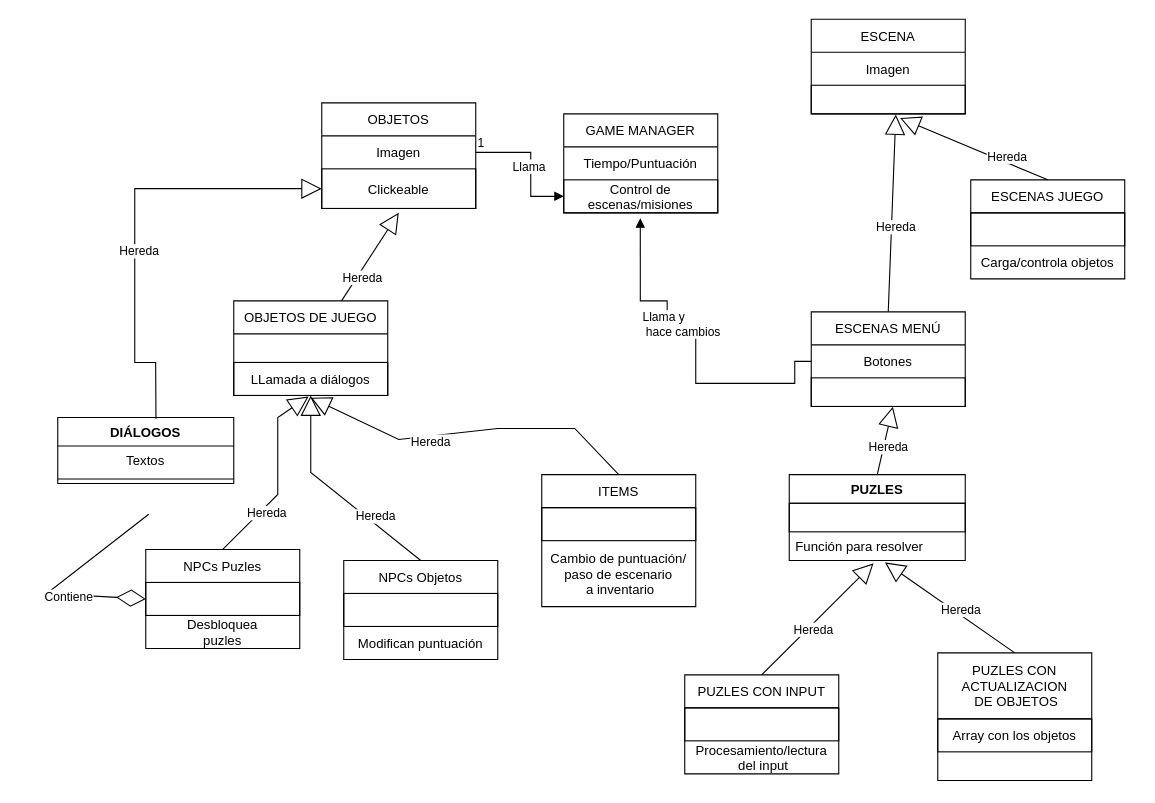
Before: arte/The right man diagrama.drawio in elisatodd/Grupo-3-PVLI-2021-22, a draw.io diagram. Source tidied: cells renumbered, new cells numbered last; positions are measured from the earlier drawing's top-left corner, leaving out a move shared by most shapes. Both pictures are drawn from the tidied source at 110%, with x=0, y=0 at pixel (46, 19).
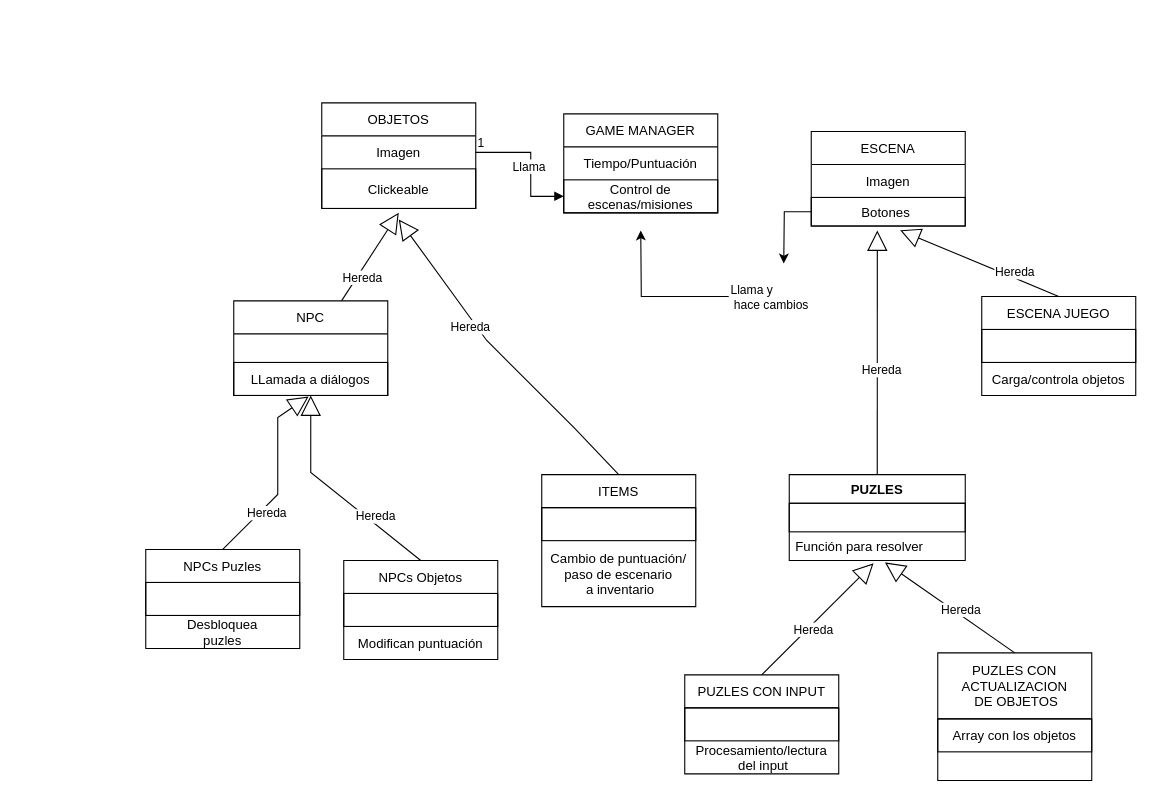
Above is the later version.

The change refers to these unchanged cells:
```xml
<mxCell id="4" value="Clickeable" style="text;strokeColor=default;fillColor=none;align=center;verticalAlign=middle;spacingLeft=4;spacingRight=4;overflow=hidden;points=[[0,0.5],[1,0.5]];portConstraint=eastwest;" parent="2" vertex="1">
  <mxGeometry y="60" width="140" height="36" as="geometry" />
</mxCell>
<mxCell id="6" value="  " style="text;strokeColor=default;fillColor=none;align=center;verticalAlign=middle;spacingLeft=4;spacingRight=4;overflow=hidden;points=[[0,0.5],[1,0.5]];portConstraint=eastwest;" parent="5" vertex="1">
  <mxGeometry y="30" width="140" height="30" as="geometry" />
</mxCell>
<mxCell id="8" value="ITEMS" style="swimlane;fontStyle=0;horizontal=1;startSize=30;" parent="1" vertex="1">
  <mxGeometry x="450" y="414" width="140" height="120" as="geometry" />
</mxCell>
<mxCell id="13" value="Control de&#10;escenas/misiones" style="text;strokeColor=default;fillColor=none;align=center;verticalAlign=middle;spacingLeft=4;spacingRight=4;overflow=hidden;points=[[0,0.5],[1,0.5]];portConstraint=eastwest;" parent="11" vertex="1">
  <mxGeometry y="60" width="140" height="30" as="geometry" />
</mxCell>
<mxCell id="31" value="LLamada a diálogos" style="text;strokeColor=default;fillColor=none;align=center;verticalAlign=middle;spacingLeft=4;spacingRight=4;overflow=hidden;points=[[0,0.5],[1,0.5]];portConstraint=eastwest;" parent="29" vertex="1">
  <mxGeometry y="56" width="140" height="30" as="geometry" />
</mxCell>
<mxCell id="42" value="PUZLES" style="swimlane;fontStyle=1;align=center;verticalAlign=top;horizontal=1;startSize=26;strokeColor=default;fillColor=none;" parent="1" vertex="1">
  <mxGeometry x="675" y="414" width="160" height="78" as="geometry" />
</mxCell>
```

The edit, as a diff of the source:
```diff
@@
     <mxCell id="14" value="ESCENA" style="swimlane;fontStyle=0;horizontal=1;startSize=30;" parent="1" vertex="1">
-      <mxGeometry x="695" width="140" height="86" as="geometry" />
+      <mxGeometry x="695" y="102" width="140" height="86" as="geometry" />
     </mxCell>
@@
-    <mxCell id="16" value="  " style="text;strokeColor=default;fillColor=none;align=left;verticalAlign=top;spacingLeft=4;spacingRight=4;overflow=hidden;points=[[0,0.5],[1,0.5]];portConstraint=eastwest;" parent="14" vertex="1">
+    <mxCell id="16" value="            Botones" style="text;strokeColor=default;fillColor=none;align=left;verticalAlign=top;spacingLeft=4;spacingRight=4;overflow=hidden;points=[[0,0.5],[1,0.5]];portConstraint=eastwest;" parent="14" vertex="1">
       <mxGeometry y="60" width="140" height="26" as="geometry" />
     </mxCell>
-    <mxCell id="17" value="ESCENAS MENÚ" style="swimlane;fontStyle=0;horizontal=1;startSize=30;" parent="1" vertex="1">
-      <mxGeometry x="695" y="266" width="140" height="86" as="geometry" />
-    </mxCell>
-    <mxCell id="18" value="Botones" style="text;strokeColor=none;fillColor=none;align=center;verticalAlign=middle;spacingLeft=4;spacingRight=4;overflow=hidden;points=[[0,0.5],[1,0.5]];portConstraint=eastwest;" parent="17" vertex="1">
-      <mxGeometry y="30" width="140" height="30" as="geometry" />
-    </mxCell>
-    <mxCell id="19" value="  " style="text;strokeColor=default;fillColor=none;align=left;verticalAlign=top;spacingLeft=4;spacingRight=4;overflow=hidden;points=[[0,0.5],[1,0.5]];portConstraint=eastwest;" parent="17" vertex="1">
-      <mxGeometry y="60" width="140" height="26" as="geometry" />
-    </mxCell>
-    <mxCell id="20" value="ESCENAS JUEGO" style="swimlane;fontStyle=0;horizontal=1;startSize=30;" parent="1" vertex="1">
-      <mxGeometry x="840" y="146" width="140" height="90" as="geometry" />
+    <mxCell id="20" value="ESCENA JUEGO" style="swimlane;fontStyle=0;horizontal=1;startSize=30;" parent="1" vertex="1">
+      <mxGeometry x="850" y="252" width="140" height="90" as="geometry" />
     </mxCell>
@@
-    <mxCell id="29" value="OBJETOS DE JUEGO" style="swimlane;fontStyle=0;horizontal=1;startSize=30;" parent="1" vertex="1">
+    <mxCell id="29" value="NPC" style="swimlane;fontStyle=0;horizontal=1;startSize=30;" parent="1" vertex="1">
       <mxGeometry x="170" y="256" width="140" height="86" as="geometry" />
     </mxCell>
@@
-    <mxCell id="35" value="Hereda" style="endArrow=block;endSize=16;endFill=0;html=1;rounded=0;exitX=0.5;exitY=0;exitDx=0;exitDy=0;entryX=0.5;entryY=1.067;entryDx=0;entryDy=0;entryPerimeter=0;" parent="1" edge="1" source="8" target="31">
+    <mxCell id="35" value="Hereda" style="endArrow=block;endSize=16;endFill=0;html=1;rounded=0;exitX=0.5;exitY=0;exitDx=0;exitDy=0;" parent="1" edge="1" source="8">
       <mxGeometry x="0.24" y="5" relative="1" as="geometry">
+        <mxPoint x="320" y="182" as="targetPoint" />
         <Array as="points">
           <mxPoint x="480" y="372" />
-          <mxPoint x="410" y="372" />
-          <mxPoint x="320" y="382" />
+          <mxPoint x="400" y="292" />
         </Array>
       </mxGeometry>
     </mxCell>
-    <mxCell id="36" value="DIÁLOGOS" style="swimlane;fontStyle=1;align=center;verticalAlign=top;horizontal=1;startSize=26;strokeColor=default;fillColor=none;" parent="1" vertex="1">
-      <mxGeometry x="10" y="362" width="160" height="60" as="geometry" />
-    </mxCell>
-    <mxCell id="37" value="Textos" style="text;strokeColor=none;fillColor=none;align=center;verticalAlign=middle;spacingLeft=4;spacingRight=4;overflow=hidden;" parent="36" vertex="1">
-      <mxGeometry y="26" width="160" height="26" as="geometry" />
-    </mxCell>
-    <mxCell id="38" style="line;strokeWidth=1;fillColor=none;align=left;verticalAlign=middle;spacingTop=-1;spacingLeft=3;spacingRight=3;labelPosition=right;" parent="36" vertex="1">
-      <mxGeometry y="52" width="160" height="8" as="geometry" />
-    </mxCell>
-    <mxCell id="39" value="Hereda" style="endArrow=block;endSize=16;endFill=0;html=1;rounded=0;exitX=0.5;exitY=0;exitDx=0;exitDy=0;entryX=0.549;entryY=1.023;entryDx=0;entryDy=0;entryPerimeter=0;" parent="1" edge="1" source="17" target="16">
-      <mxGeometry x="-0.14" y="-4" relative="1" as="geometry" />
-    </mxCell>
@@
-    <mxCell id="41" value="Llama y&lt;br&gt;&amp;nbsp;hace cambios" style="endArrow=block;endFill=1;html=1;edgeStyle=orthogonalEdgeStyle;align=left;verticalAlign=top;rounded=0;exitX=0;exitY=0.5;exitDx=0;exitDy=0;entryX=0.497;entryY=1.167;entryDx=0;entryDy=0;entryPerimeter=0;" parent="1" edge="1" source="18" target="13">
-      <mxGeometry x="0.65" y="-20" relative="1" as="geometry">
-        <Array as="points">
-          <mxPoint x="680" y="311" />
-          <mxPoint x="680" y="331" />
-          <mxPoint x="590" y="331" />
-          <mxPoint x="590" y="276" />
-          <mxPoint x="564" y="276" />
-          <mxPoint x="564" y="256" />
-          <mxPoint x="540" y="256" />
-        </Array>
-        <mxPoint x="-20" y="20" as="offset" />
-      </mxGeometry>
-    </mxCell>
@@
-    <mxCell id="45" value="Hereda" style="endArrow=block;endSize=16;endFill=0;html=1;rounded=0;exitX=0.5;exitY=0;exitDx=0;exitDy=0;entryX=0.53;entryY=1.008;entryDx=0;entryDy=0;entryPerimeter=0;" parent="1" edge="1" source="42" target="19">
+    <mxCell id="45" value="Hereda" style="endArrow=block;endSize=16;endFill=0;html=1;rounded=0;exitX=0.5;exitY=0;exitDx=0;exitDy=0;entryX=0.429;entryY=1.154;entryDx=0;entryDy=0;entryPerimeter=0;" parent="1" edge="1" source="42" target="16">
       <mxGeometry x="-0.14" y="-4" relative="1" as="geometry" />
     </mxCell>
-    <mxCell id="46" value="Hereda" style="endArrow=block;endSize=16;endFill=0;html=1;rounded=0;exitX=0.558;exitY=0.021;exitDx=0;exitDy=0;entryX=0;entryY=0.5;entryDx=0;entryDy=0;exitPerimeter=0;" parent="1" edge="1" source="36" target="4">
-      <mxGeometry x="-0.14" y="-4" relative="1" as="geometry">
-        <Array as="points">
-          <mxPoint x="99" y="312" />
-          <mxPoint x="80" y="312" />
-          <mxPoint x="80" y="154" />
-          <mxPoint x="180" y="154" />
-        </Array>
-      </mxGeometry>
-    </mxCell>
@@
-    <mxCell id="50" style="endArrow=diamondThin;endFill=0;endSize=24;html=1;rounded=0;exitX=0.517;exitY=1.077;exitDx=0;exitDy=0;exitPerimeter=0;entryX=0;entryY=0.5;entryDx=0;entryDy=0;" parent="1" edge="1" target="6">
-      <mxGeometry relative="1" as="geometry">
-        <mxPoint x="92.7" y="450" as="sourcePoint" />
-        <Array as="points">
-          <mxPoint y="522" />
-        </Array>
-      </mxGeometry>
-    </mxCell>
-    <mxCell id="51" value="Contiene" style="edgeLabel;html=1;align=center;verticalAlign=middle;" parent="50" vertex="1">
-      <mxGeometry x="0.32" y="-1" relative="1" as="geometry" />
-    </mxCell>
@@
+    <mxCell id="56" style="edgeStyle=orthogonalEdgeStyle;rounded=0;jettySize=auto;html=1;" parent="1" edge="1" source="41">
+      <mxGeometry relative="1" as="geometry">
+        <mxPoint x="540" y="192" as="targetPoint" />
+      </mxGeometry>
+    </mxCell>
+    <mxCell id="41" value="&lt;span style=&quot;color: rgb(0, 0, 0); font-family: helvetica; font-size: 11px; font-style: normal; font-weight: 400; letter-spacing: normal; text-align: left; text-indent: 0px; text-transform: none; word-spacing: 0px; background-color: rgb(255, 255, 255); display: inline; float: none;&quot;&gt;Llama y&lt;/span&gt;&lt;br style=&quot;color: rgb(0, 0, 0); font-family: helvetica; font-size: 11px; font-style: normal; font-weight: 400; letter-spacing: normal; text-align: left; text-indent: 0px; text-transform: none; word-spacing: 0px;&quot;&gt;&lt;span style=&quot;color: rgb(0, 0, 0); font-family: helvetica; font-size: 11px; font-style: normal; font-weight: 400; letter-spacing: normal; text-align: left; text-indent: 0px; text-transform: none; word-spacing: 0px; background-color: rgb(255, 255, 255); display: inline; float: none;&quot;&gt;&amp;nbsp;hace cambios&lt;/span&gt;" style="text;whiteSpace=wrap;html=1;" parent="1" vertex="1">
+      <mxGeometry x="620" y="232" width="100" height="40" as="geometry" />
+    </mxCell>
+    <mxCell id="57" style="edgeStyle=orthogonalEdgeStyle;rounded=0;jettySize=auto;html=1;" parent="1" edge="1" source="16">
+      <mxGeometry relative="1" as="geometry">
+        <mxPoint x="670" y="222" as="targetPoint" />
+      </mxGeometry>
+    </mxCell>
```
